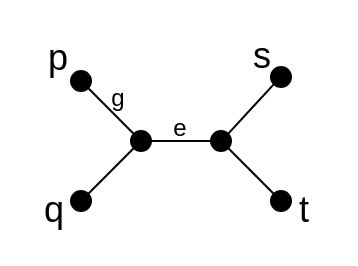
Above: drawings/example-X-split-metric.drawio in NilsSturma/TestGGM (draw.io), before the change. Source tidied: cells renumbered, new cells numbered last; positions are measured from the earlier drawing's top-left corner, leaving out a move shared by most shapes. Both pictures are drawn from the tidied source at 200%, with x=0, y=0 at pixel (34, 36).
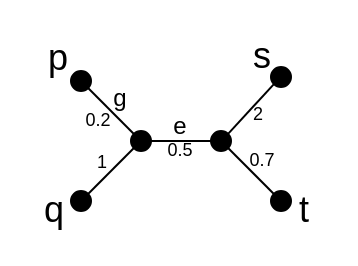
The same diagram, later.

The edit, as a diff of the source:
```diff
@@
     <mxCell id="17" value="g" style="text;html=1;strokeColor=none;fillColor=none;align=center;verticalAlign=middle;whiteSpace=wrap;rounded=0;fontSize=12;" parent="1" vertex="1">
-      <mxGeometry x="32" y="21" width="20" height="20" as="geometry" />
+      <mxGeometry x="33" y="21" width="20" height="20" as="geometry" />
     </mxCell>
     <mxCell id="18" value="e" style="text;html=1;strokeColor=none;fillColor=none;align=center;verticalAlign=middle;whiteSpace=wrap;rounded=0;fontSize=12;" parent="1" vertex="1">
-      <mxGeometry x="63" y="36" width="20" height="20" as="geometry" />
+      <mxGeometry x="63" y="35" width="20" height="20" as="geometry" />
     </mxCell>
+    <mxCell id="19" value="0.5" style="text;html=1;strokeColor=none;fillColor=none;align=center;verticalAlign=middle;whiteSpace=wrap;rounded=0;fontSize=9;" parent="1" vertex="1">
+      <mxGeometry x="63" y="47" width="20" height="20" as="geometry" />
+    </mxCell>
+    <mxCell id="20" value="2" style="text;html=1;strokeColor=none;fillColor=none;align=center;verticalAlign=middle;whiteSpace=wrap;rounded=0;fontSize=9;" parent="1" vertex="1">
+      <mxGeometry x="102" y="29" width="20" height="20" as="geometry" />
+    </mxCell>
+    <mxCell id="21" value="0.7" style="text;html=1;strokeColor=none;fillColor=none;align=center;verticalAlign=middle;whiteSpace=wrap;rounded=0;fontSize=9;" parent="1" vertex="1">
+      <mxGeometry x="104" y="52" width="20" height="20" as="geometry" />
+    </mxCell>
+    <mxCell id="22" value="0.2" style="text;html=1;strokeColor=none;fillColor=none;align=center;verticalAlign=middle;whiteSpace=wrap;rounded=0;fontSize=9;" parent="1" vertex="1">
+      <mxGeometry x="22" y="32" width="20" height="20" as="geometry" />
+    </mxCell>
+    <mxCell id="23" value="1" style="text;html=1;strokeColor=none;fillColor=none;align=center;verticalAlign=middle;whiteSpace=wrap;rounded=0;fontSize=9;" parent="1" vertex="1">
+      <mxGeometry x="24" y="53" width="20" height="20" as="geometry" />
+    </mxCell>
```
